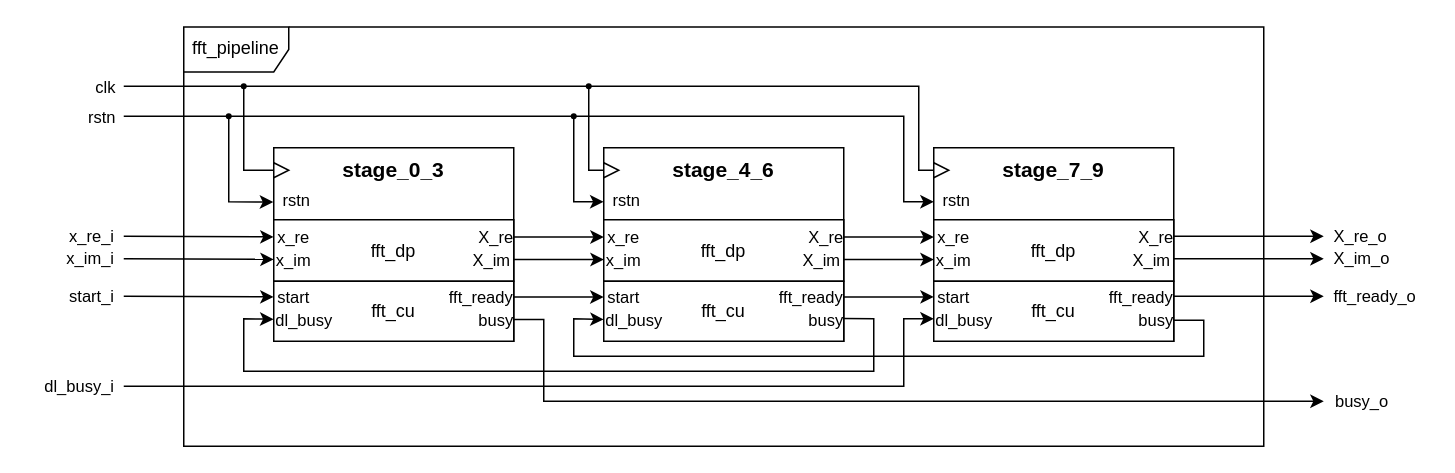
Before: 01_doc/03_drawings/01_design/fft/fft_pipeline.drawio in Diogofernandes5/mthesis, a draw.io diagram. Source tidied: cells renumbered, new cells numbered last; positions are measured from the earlier drawing's top-left corner, leaving out a move shared by most shapes. Both pictures are drawn from the tidied source at 150%, with x=0, y=0 at pixel (123, 26).
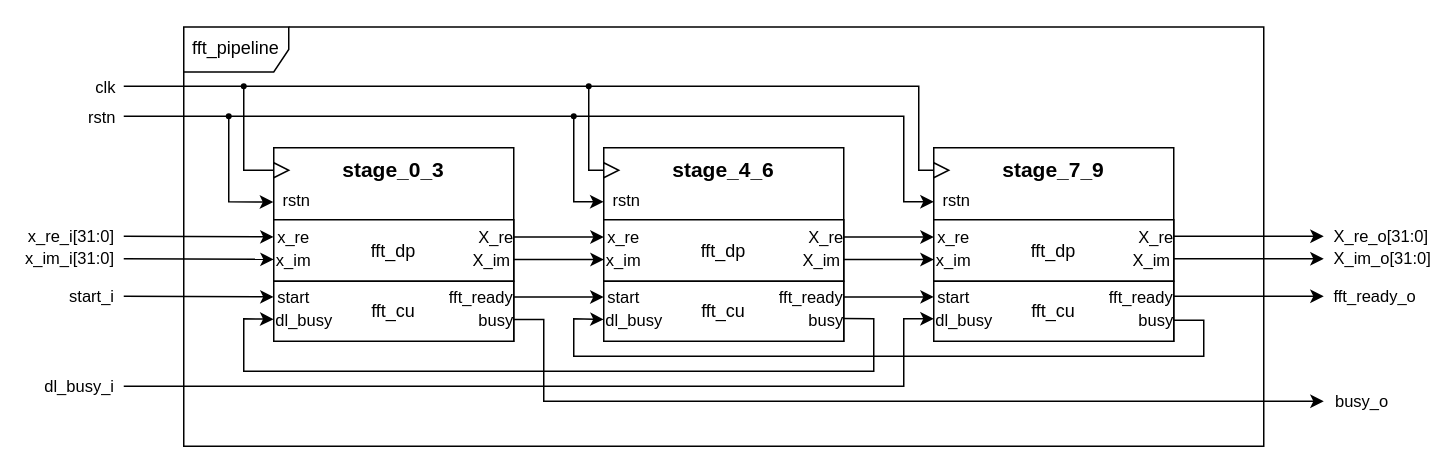
Above is the later version.

Unchanged cells that the change refers to:
```xml
<mxCell id="11" value="x_re" style="text;html=1;align=center;verticalAlign=middle;points=[];strokeColor=none;fillColor=none;spacing=-5;fontSize=11;fontFamily=NewsGotT;" parent="1" vertex="1">
  <mxGeometry x="100" y="133" width="25" height="15" as="geometry" />
</mxCell>
<mxCell id="12" value="x_im" style="text;html=1;align=center;verticalAlign=middle;points=[];strokeColor=none;fillColor=none;spacing=-5;fontSize=11;fontFamily=NewsGotT;" parent="1" vertex="1">
  <mxGeometry x="100" y="148" width="25" height="15" as="geometry" />
</mxCell>
<mxCell id="53" value="X_re" style="text;html=1;align=center;verticalAlign=middle;points=[];strokeColor=none;fillColor=none;spacing=-5;fontSize=11;fontFamily=NewsGotT;" parent="1" vertex="1">
  <mxGeometry x="675" y="133" width="25" height="15" as="geometry" />
</mxCell>
<mxCell id="55" value="X_im" style="text;html=1;align=center;verticalAlign=middle;points=[];strokeColor=none;fillColor=none;spacing=-5;fontSize=11;fontFamily=NewsGotT;" parent="1" vertex="1">
  <mxGeometry x="670" y="148" width="30" height="15" as="geometry" />
</mxCell>
```

Change to the diagram source:
```diff
@@
-    <mxCell id="37" value="x_re_i" style="endArrow=classic;html=1;rounded=0;align=right;entryX=-0.002;entryY=0.496;entryDx=0;entryDy=0;entryPerimeter=0;fontFamily=NewsGotT;" parent="1" edge="1" target="11">
+    <mxCell id="37" value="x_re_i[31:0]" style="endArrow=classic;html=1;rounded=0;align=right;entryX=-0.002;entryY=0.496;entryDx=0;entryDy=0;entryPerimeter=0;fontFamily=NewsGotT;" parent="1" edge="1" target="11">
       <mxGeometry x="-1" y="5" relative="1" as="geometry">
         <mxPoint y="140" as="sourcePoint" />
         <mxPoint x="-5" y="5" as="offset" />
       </mxGeometry>
     </mxCell>
-    <mxCell id="38" value="x_im_i" style="endArrow=classic;html=1;rounded=0;entryX=0.001;entryY=0.495;entryDx=0;entryDy=0;entryPerimeter=0;align=right;fontFamily=NewsGotT;" parent="1" edge="1" target="12">
+    <mxCell id="38" value="x_im_i[31:0]" style="endArrow=classic;html=1;rounded=0;entryX=0.001;entryY=0.495;entryDx=0;entryDy=0;entryPerimeter=0;align=right;fontFamily=NewsGotT;" parent="1" edge="1" target="12">
       <mxGeometry x="-1" y="5" relative="1" as="geometry">
         <mxPoint y="155" as="sourcePoint" />
         <mxPoint x="-5" y="5" as="offset" />
       </mxGeometry>
     </mxCell>
@@
-    <mxCell id="52" value="&lt;div&gt;X_re_o&lt;br&gt;&lt;/div&gt;" style="edgeStyle=orthogonalEdgeStyle;rounded=0;jettySize=auto;html=1;align=left;fontFamily=NewsGotT;" parent="1" edge="1" source="53">
-      <mxGeometry x="1" y="-5" relative="1" as="geometry">
+    <mxCell id="52" value="&lt;div&gt;X_re_o[31:0]&lt;/div&gt;" style="edgeStyle=orthogonalEdgeStyle;rounded=0;jettySize=auto;html=1;align=left;fontFamily=NewsGotT;" parent="1" edge="1" source="53">
+      <mxGeometry x="1" y="5" relative="1" as="geometry">
         <mxPoint x="800" y="140" as="targetPoint" />
-        <mxPoint x="5" y="-5" as="offset" />
+        <mxPoint x="5" y="5" as="offset" />
       </mxGeometry>
     </mxCell>
@@
-    <mxCell id="54" value="X_im_o" style="edgeStyle=orthogonalEdgeStyle;rounded=0;jettySize=auto;html=1;align=left;fontFamily=NewsGotT;" parent="1" edge="1" source="55">
+    <mxCell id="54" value="X_im_o[31:0]" style="edgeStyle=orthogonalEdgeStyle;rounded=0;jettySize=auto;html=1;align=left;fontFamily=NewsGotT;" parent="1" edge="1" source="55">
       <mxGeometry x="1" y="-5" relative="1" as="geometry">
         <mxPoint x="800" y="155" as="targetPoint" />
         <mxPoint x="5" y="-5" as="offset" />
       </mxGeometry>
     </mxCell>
```
